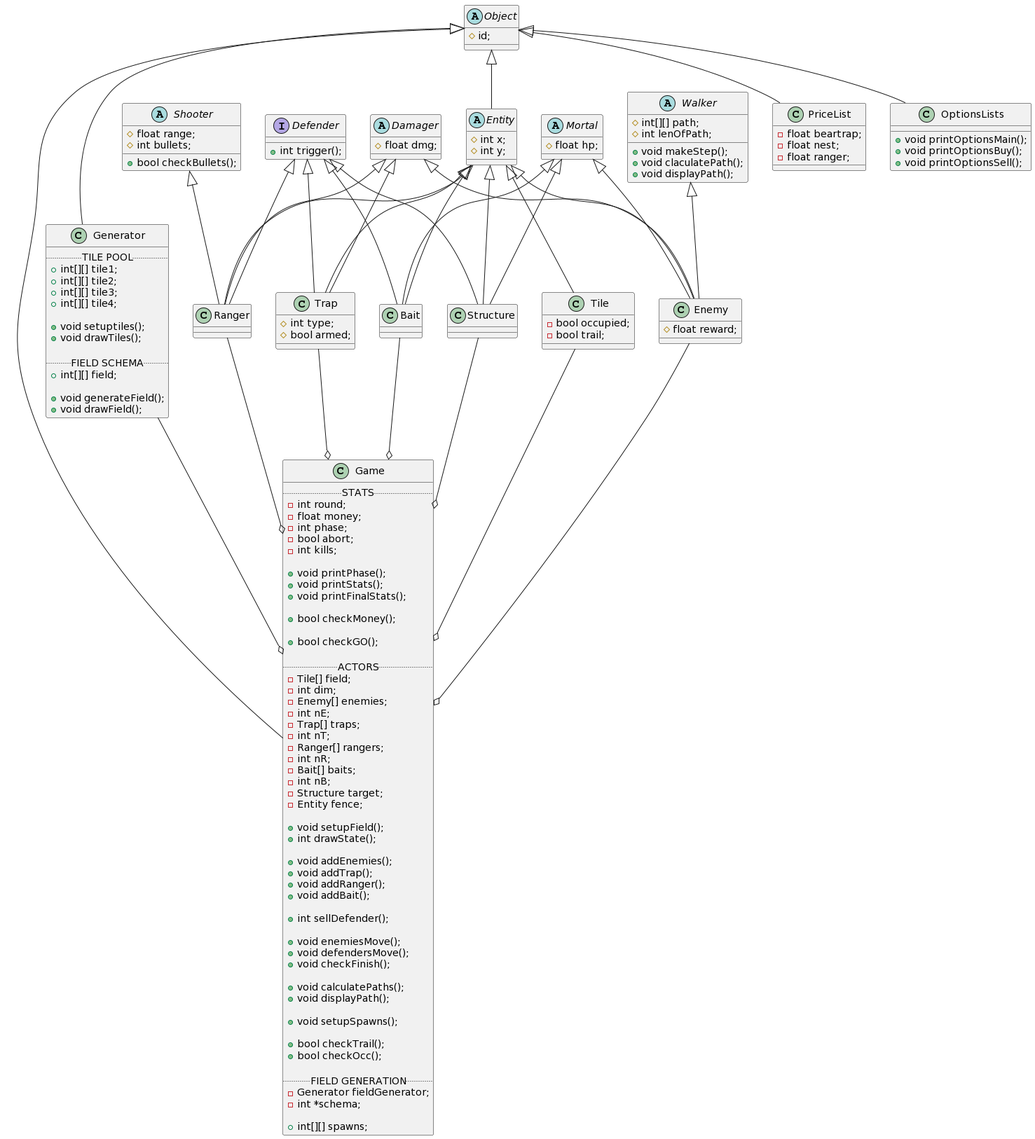
Starlight-Crusader/OOP-Project-I-New keeps this PlantUML diagram as class-diagram.png. Above is the earlier version.
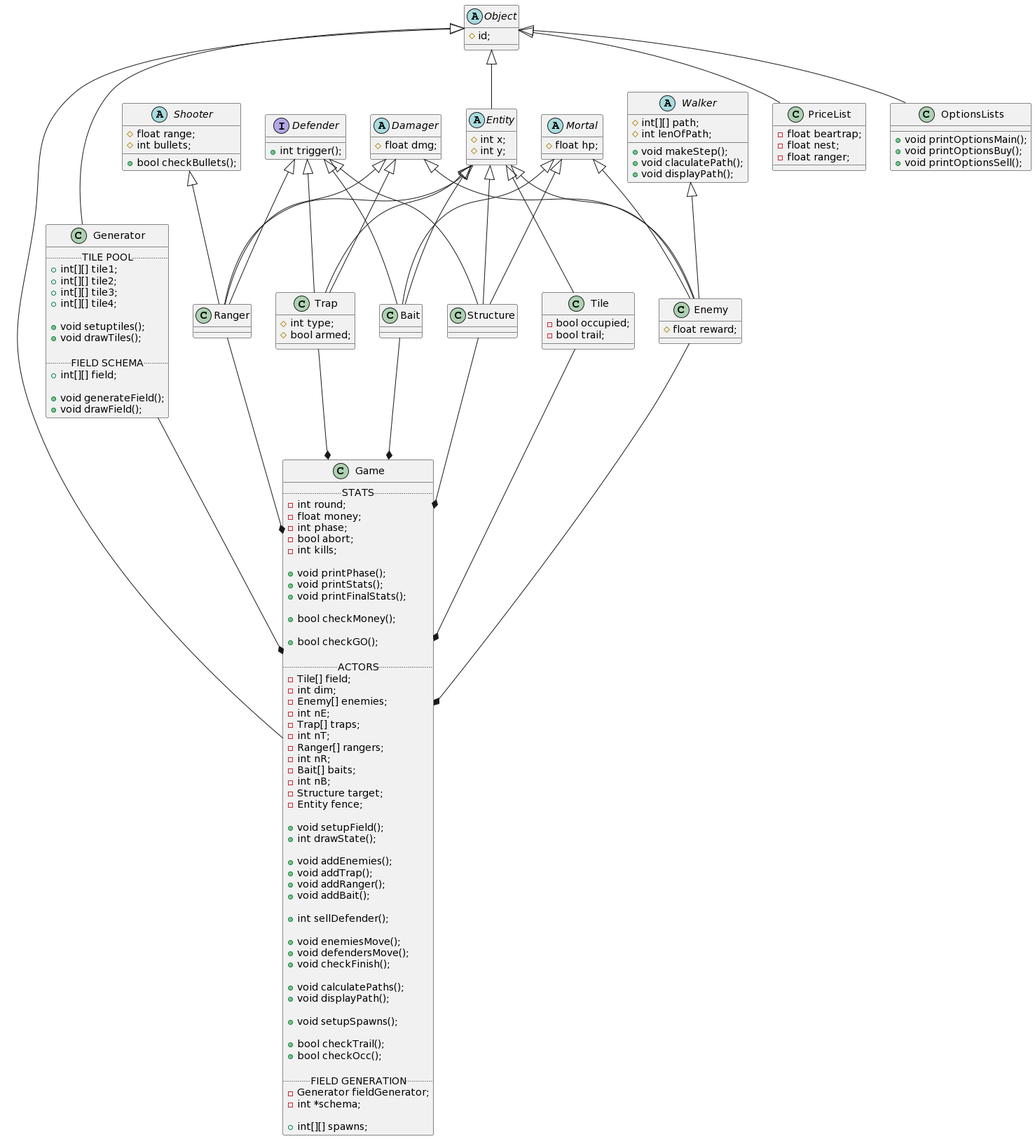
Later version of the same file.

Commit message:
(main) Working prototype.

What changed in the source:
```diff
@@ -25,14 +25,14 @@
 Mortal <|-- Structure
 Mortal <|-- Bait
 
-Trap --o Game
-Bait --o Game
-Ranger --o Game
-Structure --o Game
-Tile --o Game
-Enemy --o Game
+Trap --* Game
+Bait --* Game
+Ranger --* Game
+Structure --* Game
+Tile --* Game
+Enemy --* Game
 
-Generator --o Game
+Generator --* Game
 
 Walker <|-- Enemy
 Shooter <|-- Ranger
```
